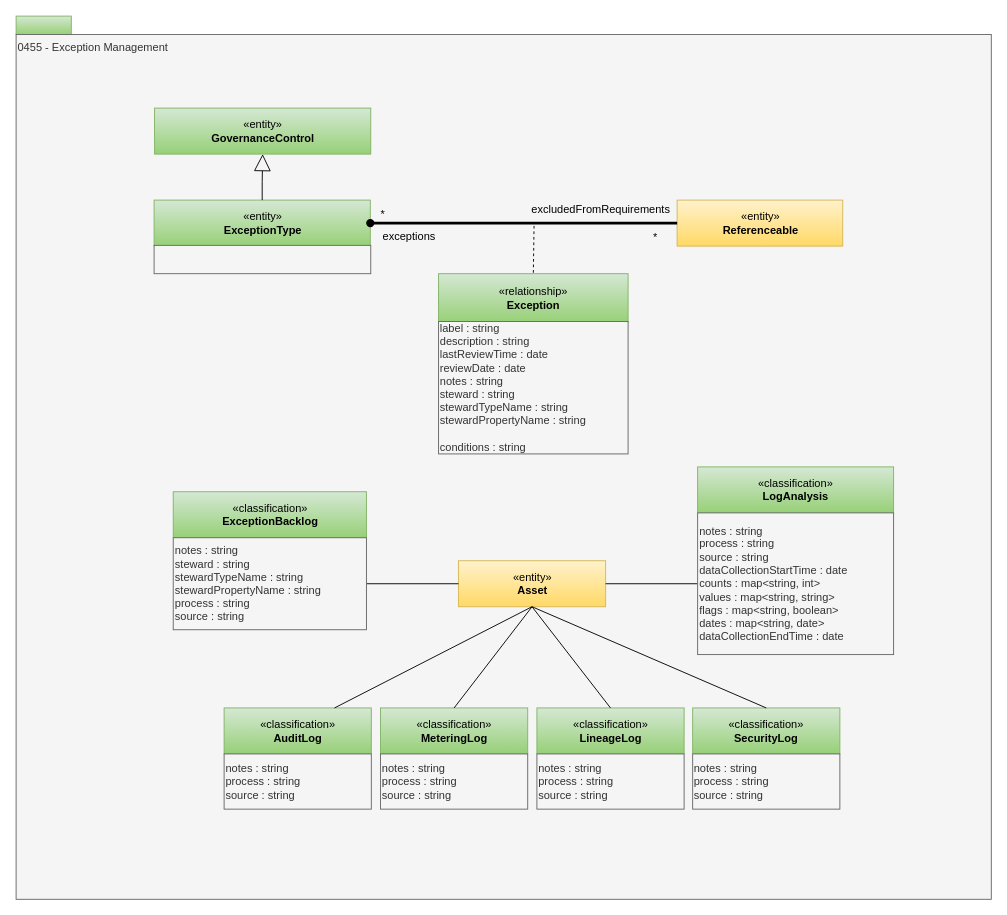
odpi/egeria-docs keeps this draw.io diagram as page "0455-Exception-Management" (18 of 30) of site/docs/types/4/area-4-governance.drawio. Above is the earlier version. Source tidied: cells renumbered, new cells numbered last; positions are measured from the earlier drawing's top-left corner, leaving out a move shared by most shapes. Both pictures are drawn from the tidied source at 92%, with x=0, y=0 at pixel (16, 16).
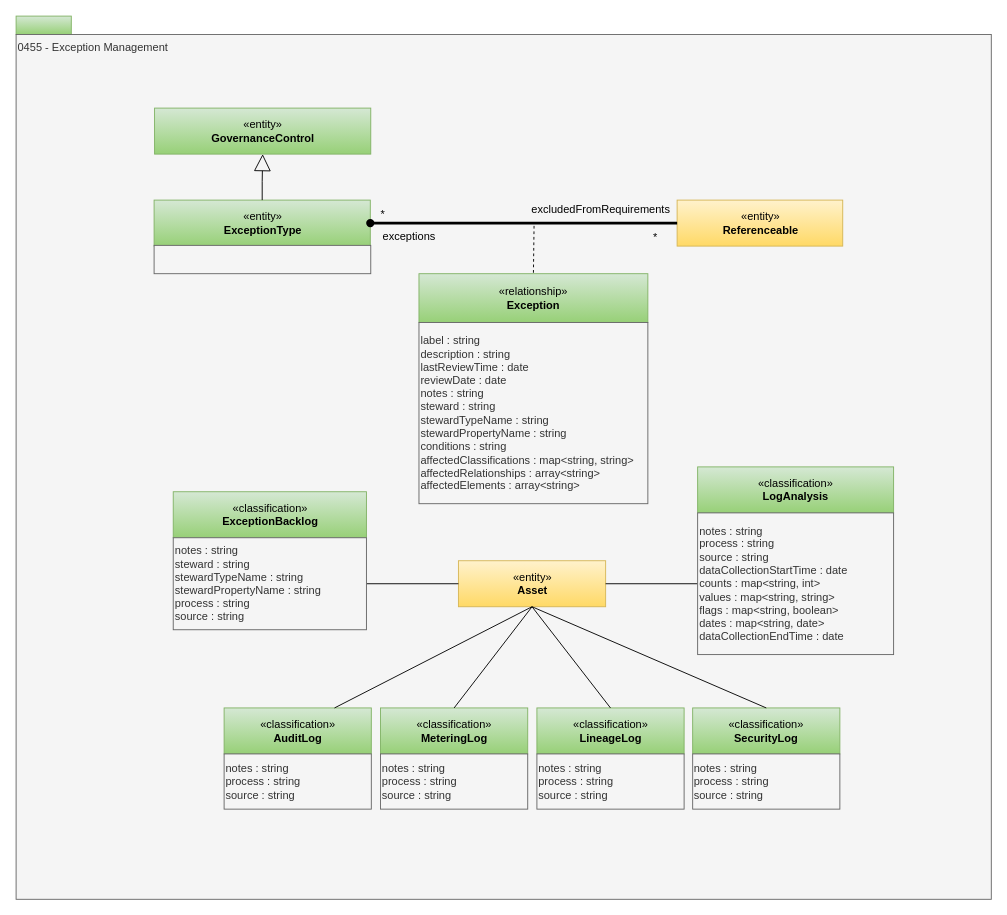
After the change.

What changed in the source:
```diff
@@
     <mxCell id="24" value="«relationship»&lt;br&gt;&lt;b&gt;Exception&lt;/b&gt;" style="html=1;strokeColor=#82b366;align=center;fillColor=#d5e8d4;gradientColor=#97d077;" parent="1" vertex="1">
-      <mxGeometry x="459.2" y="280" width="206" height="53" as="geometry" />
+      <mxGeometry x="437.9" y="280" width="248.8" height="53" as="geometry" />
     </mxCell>
@@
-    <mxCell id="26" value="label : string&lt;div&gt;description : string&lt;/div&gt;&lt;div&gt;lastReviewTime : date&lt;br&gt;reviewDate : date&lt;br&gt;notes : string&lt;br&gt;steward : string&lt;br&gt;stewardTypeName : string&lt;br&gt;stewardPropertyName : string&lt;br&gt;&lt;/div&gt;&lt;br&gt;conditions : string" style="rounded=0;whiteSpace=wrap;html=1;strokeColor=#666666;align=left;fillColor=#f5f5f5;fontColor=#333333;" parent="1" vertex="1">
-      <mxGeometry x="459.2" y="332" width="206" height="143.9" as="geometry" />
+    <mxCell id="26" value="label : string&lt;div&gt;description : string&lt;/div&gt;&lt;div&gt;lastReviewTime : date&lt;br&gt;reviewDate : date&lt;br&gt;notes : string&lt;br&gt;steward : string&lt;br&gt;stewardTypeName : string&lt;br&gt;stewardPropertyName : string&lt;/div&gt;conditions : string&lt;div&gt;affectedClassifications : map&amp;lt;string, string&amp;gt;&lt;/div&gt;&lt;div&gt;affectedRelationships : array&amp;lt;string&amp;gt;&lt;/div&gt;&lt;div&gt;affectedElements : array&amp;lt;string&amp;gt;&lt;/div&gt;" style="rounded=0;whiteSpace=wrap;html=1;strokeColor=#666666;align=left;fillColor=#f5f5f5;fontColor=#333333;" parent="1" vertex="1">
+      <mxGeometry x="437.9" y="333" width="248.8" height="197" as="geometry" />
     </mxCell>
```
